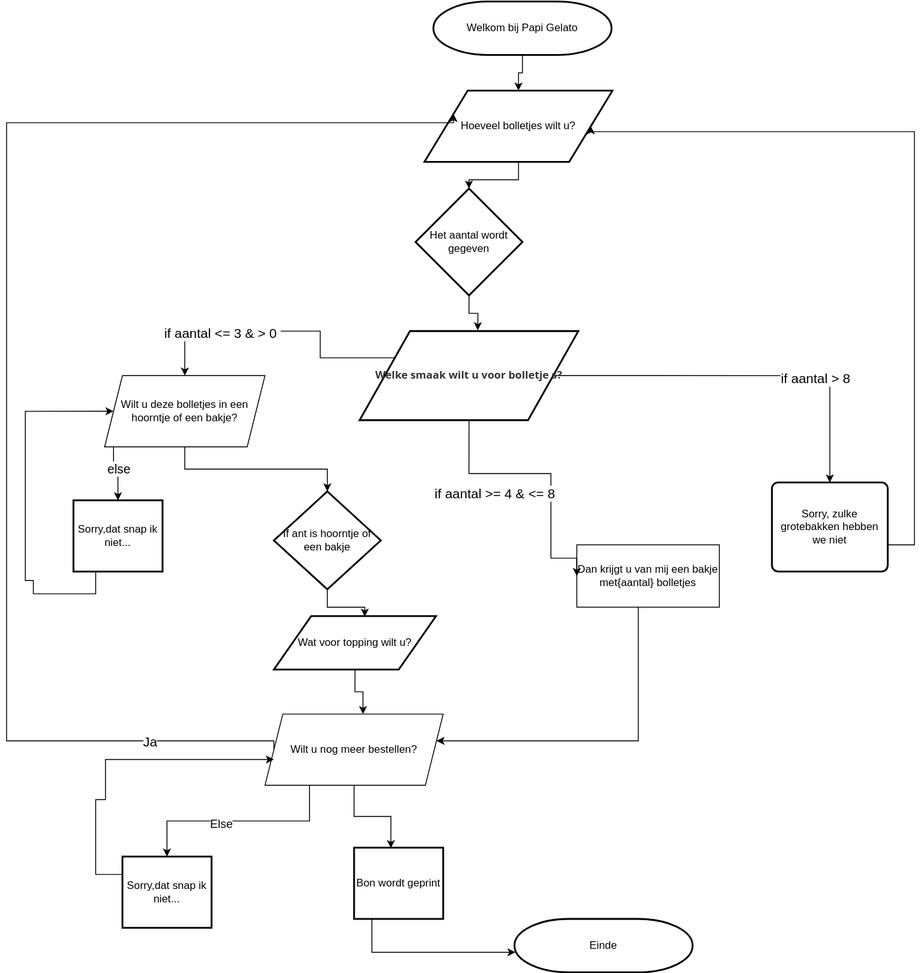
Above: Module_05/Proef A - Een DRY ijssalon/Papi-Gelato-flowcart.drawio.svg in Daryii/leren-programmeren (draw.io), before the change. Source tidied: cells renumbered, new cells last; positions are measured from the earlier drawing's top-left corner, leaving out a move shared by most shapes.
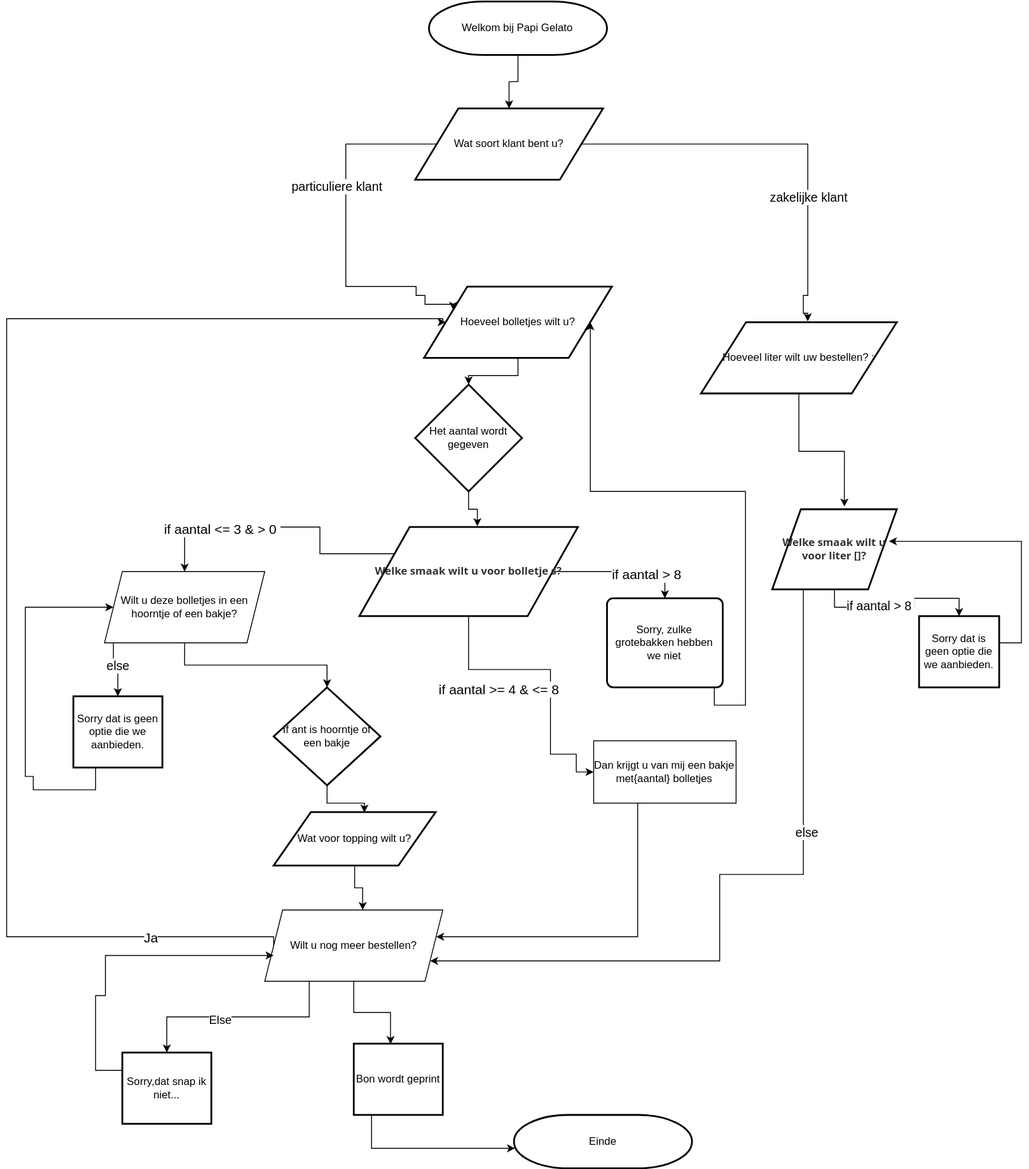
The same diagram one commit later.

Diff of the diagram source:
```diff
@@ -2,11 +2,11 @@
   <root>
     <mxCell id="0" />
     <mxCell id="1" parent="0" />
-    <mxCell id="2" style="edgeStyle=orthogonalEdgeStyle;rounded=0;jettySize=auto;html=1;exitX=0.5;exitY=1;exitDx=0;exitDy=0;exitPerimeter=0;entryX=0.5;entryY=0;entryDx=0;entryDy=0;" parent="1" edge="1" source="3" target="5">
-      <mxGeometry relative="1" as="geometry" />
-    </mxCell>
+    <mxCell id="40" style="edgeStyle=orthogonalEdgeStyle;rounded=0;jettySize=auto;html=1;exitX=0.5;exitY=1;exitDx=0;exitDy=0;exitPerimeter=0;entryX=0.5;entryY=0;entryDx=0;entryDy=0;" parent="1" edge="1" source="3" target="45">
+      <mxGeometry relative="1" as="geometry" />
+    </mxCell>
     <mxCell id="3" value="Welkom bij Papi Gelato" style="strokeWidth=2;html=1;shape=mxgraph.flowchart.terminator;whiteSpace=wrap;rounded=0;" parent="1" vertex="1">
-      <mxGeometry x="478.9" width="200" height="60" as="geometry" />
+      <mxGeometry x="474.4" y="-220" width="200" height="60" as="geometry" />
     </mxCell>
     <mxCell id="4" style="edgeStyle=orthogonalEdgeStyle;rounded=0;jettySize=auto;html=1;entryX=0.5;entryY=0;entryDx=0;entryDy=0;" parent="1" edge="1" source="5" target="28">
       <mxGeometry relative="1" as="geometry" />
@@ -33,7 +33,7 @@
         </Array>
       </mxGeometry>
     </mxCell>
-    <mxCell id="9" value="Sorry,dat snap ik niet..." style="rounded=0;whiteSpace=wrap;html=1;absoluteArcSize=1;arcSize=14;strokeWidth=2;" parent="1" vertex="1">
+    <mxCell id="9" value="Sorry dat is geen optie die we aanbieden." style="rounded=0;whiteSpace=wrap;html=1;absoluteArcSize=1;arcSize=14;strokeWidth=2;" parent="1" vertex="1">
       <mxGeometry x="74.9" y="560" width="100" height="80" as="geometry" />
     </mxCell>
     <mxCell id="10" style="edgeStyle=orthogonalEdgeStyle;rounded=0;jettySize=auto;html=1;exitX=0.5;exitY=1;exitDx=0;exitDy=0;entryX=0.5;entryY=0;entryDx=0;entryDy=0;entryPerimeter=0;" parent="1" edge="1" source="11" target="30">
@@ -48,13 +48,14 @@
     <mxCell id="13" value="Else" style="edgeLabel;html=1;align=center;verticalAlign=middle;fontSize=13;" parent="12" vertex="1">
       <mxGeometry x="0.17" y="2" relative="1" as="geometry" />
     </mxCell>
-    <mxCell id="14" style="edgeStyle=orthogonalEdgeStyle;rounded=0;jettySize=auto;html=1;exitX=0;exitY=0.5;exitDx=0;exitDy=0;entryX=0;entryY=0.25;entryDx=0;entryDy=0;" parent="1" edge="1" source="17" target="5">
+    <mxCell id="14" style="edgeStyle=orthogonalEdgeStyle;rounded=0;jettySize=auto;html=1;exitX=0;exitY=0.5;exitDx=0;exitDy=0;entryX=0;entryY=0.5;entryDx=0;entryDy=0;" parent="1" edge="1" source="17" target="5">
       <mxGeometry relative="1" as="geometry">
         <Array as="points">
-          <mxPoint x="299.9" y="830" />
-          <mxPoint x="-0.1" y="830" />
-          <mxPoint x="-0.1" y="136" />
-          <mxPoint x="501.9" y="136" />
+          <mxPoint x="300" y="830" />
+          <mxPoint y="830" />
+          <mxPoint y="136" />
+          <mxPoint x="490" y="136" />
+          <mxPoint x="490" y="140" />
         </Array>
       </mxGeometry>
     </mxCell>
@@ -87,14 +88,15 @@
     <mxCell id="21" style="edgeStyle=orthogonalEdgeStyle;rounded=0;jettySize=auto;html=1;entryX=1;entryY=0.5;entryDx=0;entryDy=0;" parent="1" edge="1" source="22" target="5">
       <mxGeometry relative="1" as="geometry">
         <Array as="points">
-          <mxPoint x="1018.9" y="610" />
-          <mxPoint x="1018.9" y="146" />
-          <mxPoint x="655.9" y="146" />
+          <mxPoint x="795" y="570" />
+          <mxPoint x="830" y="570" />
+          <mxPoint x="830" y="330" />
+          <mxPoint x="656" y="330" />
         </Array>
       </mxGeometry>
     </mxCell>
     <mxCell id="22" value="Sorry,&amp;nbsp;zulke grotebakken hebben we niet" style="rounded=1;whiteSpace=wrap;html=1;absoluteArcSize=1;arcSize=14;strokeWidth=2;" parent="1" vertex="1">
-      <mxGeometry x="858.9" y="540" width="130" height="100" as="geometry" />
+      <mxGeometry x="674.4" y="450" width="130" height="100" as="geometry" />
     </mxCell>
     <mxCell id="23" style="edgeStyle=orthogonalEdgeStyle;rounded=0;jettySize=auto;html=1;entryX=0.5;entryY=0;entryDx=0;entryDy=0;exitX=1;exitY=0.5;exitDx=0;exitDy=0;" parent="1" edge="1" source="35" target="22">
       <mxGeometry relative="1" as="geometry" />
@@ -136,7 +138,7 @@
       </mxGeometry>
     </mxCell>
     <mxCell id="32" value="Dan krijgt u van mij een bakje met{aantal} bolletjes" style="rounded=0;whiteSpace=wrap;html=1;" parent="1" vertex="1">
-      <mxGeometry x="639.9" y="610" width="160" height="70" as="geometry" />
+      <mxGeometry x="659.4" y="610" width="160" height="70" as="geometry" />
     </mxCell>
     <mxCell id="33" style="edgeStyle=orthogonalEdgeStyle;rounded=0;jettySize=auto;html=1;exitX=0.5;exitY=1;exitDx=0;exitDy=0;entryX=0.006;entryY=0.625;entryDx=0;entryDy=0;entryPerimeter=0;" parent="1" edge="1" source="34" target="18">
       <mxGeometry relative="1" as="geometry">
@@ -173,5 +175,79 @@
     <mxCell id="39" value="Wat voor topping wilt u?" style="shape=parallelogram;html=1;strokeWidth=2;perimeter=parallelogramPerimeter;whiteSpace=wrap;rounded=0;arcSize=12;size=0.23;" parent="1" vertex="1">
       <mxGeometry x="299.9" y="690" width="182" height="60" as="geometry" />
     </mxCell>
+    <mxCell id="41" style="edgeStyle=orthogonalEdgeStyle;rounded=0;jettySize=auto;html=1;exitX=0;exitY=0.5;exitDx=0;exitDy=0;entryX=0;entryY=0.25;entryDx=0;entryDy=0;" parent="1" edge="1" source="45" target="5">
+      <mxGeometry relative="1" as="geometry">
+        <Array as="points">
+          <mxPoint x="381" y="-60" />
+          <mxPoint x="381" y="100" />
+          <mxPoint x="460" y="100" />
+          <mxPoint x="460" y="110" />
+          <mxPoint x="470" y="110" />
+          <mxPoint x="470" y="120" />
+          <mxPoint x="502" y="120" />
+        </Array>
+      </mxGeometry>
+    </mxCell>
+    <mxCell id="42" value="&lt;font style=&quot;font-size: 14px;&quot;&gt;particuliere klant&lt;/font&gt;" style="edgeLabel;html=1;align=center;verticalAlign=middle;" parent="41" vertex="1">
+      <mxGeometry x="-0.27" y="-3" relative="1" as="geometry">
+        <mxPoint x="-8" as="offset" />
+      </mxGeometry>
+    </mxCell>
+    <mxCell id="43" style="edgeStyle=orthogonalEdgeStyle;rounded=0;jettySize=auto;html=1;exitX=1;exitY=0.5;exitDx=0;exitDy=0;entryX=0.545;entryY=-0.012;entryDx=0;entryDy=0;entryPerimeter=0;" parent="1" edge="1" source="45" target="47">
+      <mxGeometry relative="1" as="geometry">
+        <Array as="points">
+          <mxPoint x="900" y="-60" />
+          <mxPoint x="900" y="110" />
+          <mxPoint x="895" y="110" />
+          <mxPoint x="895" y="130" />
+        </Array>
+      </mxGeometry>
+    </mxCell>
+    <mxCell id="44" value="&lt;font style=&quot;font-size: 14px;&quot;&gt;zakelijke klant&lt;/font&gt;" style="edgeLabel;html=1;align=center;verticalAlign=middle;" parent="43" vertex="1">
+      <mxGeometry x="0.38" relative="1" as="geometry">
+        <mxPoint y="-5" as="offset" />
+      </mxGeometry>
+    </mxCell>
+    <mxCell id="45" value="Wat soort klant bent u?" style="shape=parallelogram;html=1;strokeWidth=2;perimeter=parallelogramPerimeter;whiteSpace=wrap;rounded=0;arcSize=12;size=0.23;" parent="1" vertex="1">
+      <mxGeometry x="458.9" y="-100" width="211" height="80" as="geometry" />
+    </mxCell>
+    <mxCell id="46" style="edgeStyle=orthogonalEdgeStyle;rounded=0;jettySize=auto;html=1;exitX=0.5;exitY=1;exitDx=0;exitDy=0;entryX=0.579;entryY=-0.033;entryDx=0;entryDy=0;entryPerimeter=0;" parent="1" edge="1" source="47" target="52">
+      <mxGeometry relative="1" as="geometry" />
+    </mxCell>
+    <mxCell id="47" value="Hoeveel liter wilt uw bestellen? :" style="shape=parallelogram;html=1;strokeWidth=2;perimeter=parallelogramPerimeter;whiteSpace=wrap;rounded=0;arcSize=12;size=0.23;" parent="1" vertex="1">
+      <mxGeometry x="780" y="140" width="220" height="80" as="geometry" />
+    </mxCell>
+    <mxCell id="48" style="edgeStyle=orthogonalEdgeStyle;rounded=0;jettySize=auto;html=1;exitX=0.5;exitY=1;exitDx=0;exitDy=0;entryX=0.5;entryY=0;entryDx=0;entryDy=0;entryPerimeter=0;" parent="1" edge="1" source="52" target="54">
+      <mxGeometry relative="1" as="geometry" />
+    </mxCell>
+    <mxCell id="49" value="&lt;font style=&quot;font-size: 14px;&quot;&gt;if aantal &amp;gt; 8&amp;nbsp;&lt;/font&gt;" style="edgeLabel;html=1;align=center;verticalAlign=middle;" parent="48" vertex="1">
+      <mxGeometry x="-0.25" y="2" relative="1" as="geometry" />
+    </mxCell>
+    <mxCell id="50" style="edgeStyle=orthogonalEdgeStyle;rounded=0;jettySize=auto;html=1;exitX=0.25;exitY=1;exitDx=0;exitDy=0;entryX=1;entryY=0.75;entryDx=0;entryDy=0;" parent="1" edge="1" source="52" target="17">
+      <mxGeometry relative="1" as="geometry">
+        <Array as="points">
+          <mxPoint x="895" y="760" />
+          <mxPoint x="801" y="760" />
+          <mxPoint x="801" y="857" />
+        </Array>
+      </mxGeometry>
+    </mxCell>
+    <mxCell id="51" value="&lt;font style=&quot;font-size: 14px;&quot;&gt;else&lt;/font&gt;" style="edgeLabel;html=1;align=center;verticalAlign=middle;" parent="50" vertex="1">
+      <mxGeometry x="-0.35" y="3" relative="1" as="geometry" />
+    </mxCell>
+    <mxCell id="52" value="&lt;strong style=&quot;color: rgb(51, 51, 51); font-family: &amp;quot;Open Sans&amp;quot;, Helvetica, Arial, sans-serif; text-align: left; box-sizing: inherit;&quot;&gt;&lt;font style=&quot;font-size: 12px;&quot;&gt;Welke smaak wilt u voor liter []?&lt;/font&gt;&lt;/strong&gt;" style="shape=parallelogram;html=1;strokeWidth=2;perimeter=parallelogramPerimeter;whiteSpace=wrap;rounded=0;arcSize=12;size=0.23;" parent="1" vertex="1">
+      <mxGeometry x="860" y="350" width="140" height="90" as="geometry" />
+    </mxCell>
+    <mxCell id="53" style="edgeStyle=orthogonalEdgeStyle;rounded=0;jettySize=auto;html=1;entryX=0.936;entryY=0.4;entryDx=0;entryDy=0;entryPerimeter=0;" parent="1" edge="1" source="54" target="52">
+      <mxGeometry relative="1" as="geometry">
+        <Array as="points">
+          <mxPoint x="1140" y="500" />
+          <mxPoint x="1140" y="386" />
+        </Array>
+      </mxGeometry>
+    </mxCell>
+    <mxCell id="54" value="Sorry dat is geen optie die we aanbieden." style="rounded=0;whiteSpace=wrap;html=1;absoluteArcSize=1;arcSize=14;strokeWidth=2;" parent="1" vertex="1">
+      <mxGeometry x="1025" y="470" width="90" height="80" as="geometry" />
+    </mxCell>
   </root>
 </mxGraphModel>
```
